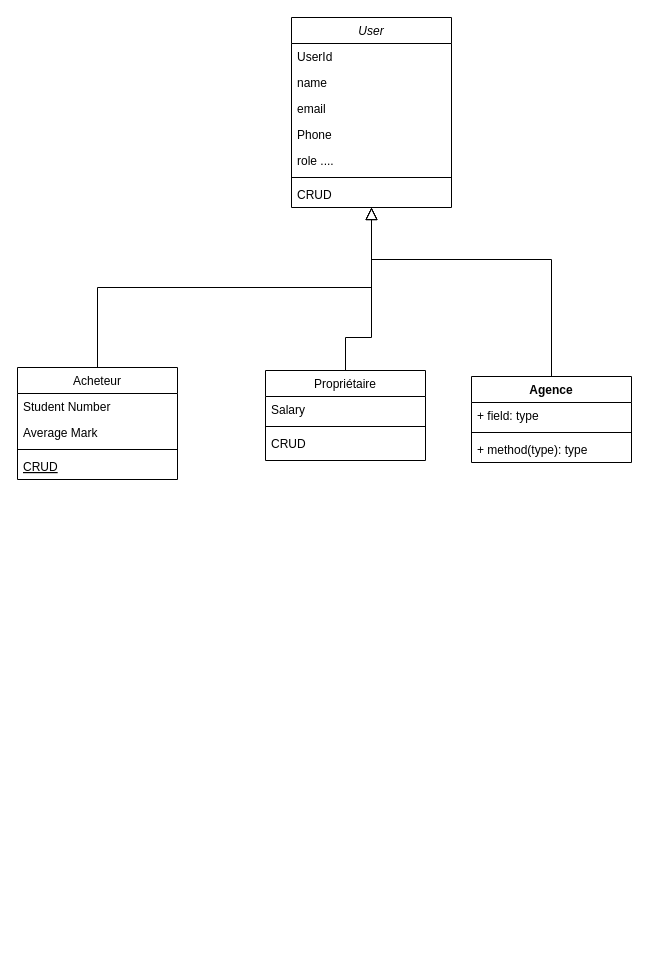
Above: Untitled Diagram.drawio in BilelDespecio/ToDoAppGoal (draw.io), before the change. Source tidied: cells renumbered, new cells numbered last; positions are measured from the earlier drawing's top-left corner, leaving out a move shared by most shapes. Both pictures are drawn from the tidied source at 100%, with x=0, y=0 at pixel (17, 17).
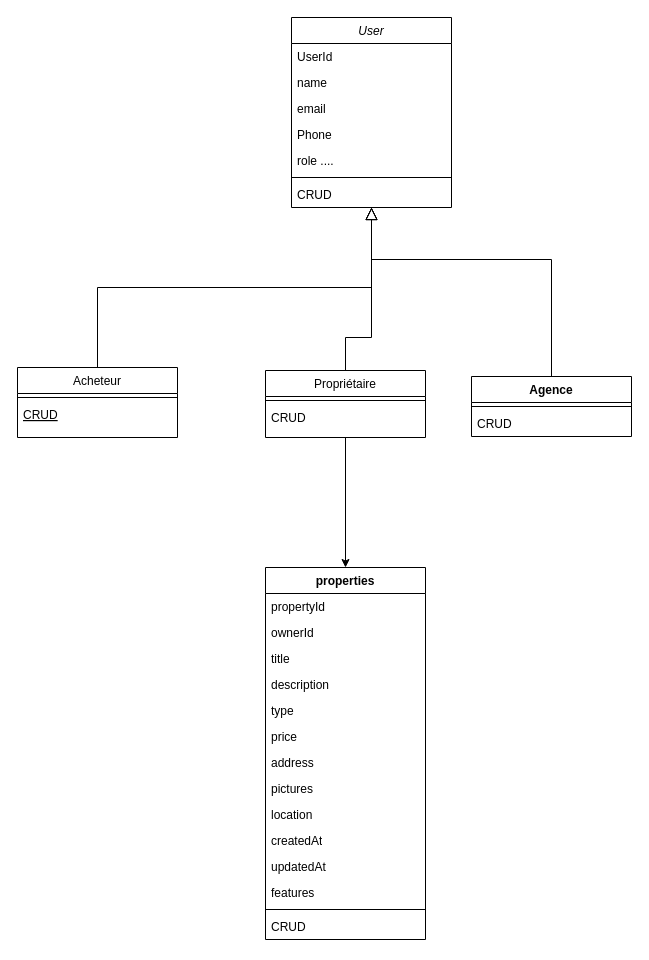
After the change.

The edit, as a diff of the source:
```diff
@@
     <mxCell id="10" value="Acheteur" style="swimlane;fontStyle=0;align=center;verticalAlign=top;horizontal=1;startSize=26;rounded=0;shadow=0;strokeWidth=1;fontColor=default;" parent="1" vertex="1">
-      <mxGeometry y="350" width="160" height="112" as="geometry" />
+      <mxGeometry y="350" width="160" height="70" as="geometry" />
     </mxCell>
-    <mxCell id="11" value="Student Number" style="text;align=left;verticalAlign=top;spacingLeft=4;spacingRight=4;overflow=hidden;" parent="10" vertex="1">
-      <mxGeometry y="26" width="160" height="26" as="geometry" />
-    </mxCell>
-    <mxCell id="12" value="Average Mark" style="text;align=left;verticalAlign=top;spacingLeft=4;spacingRight=4;overflow=hidden;rounded=0;shadow=0;html=0;" parent="10" vertex="1">
-      <mxGeometry y="52" width="160" height="26" as="geometry" />
-    </mxCell>
     <mxCell id="13" style="line;html=1;strokeWidth=1;align=left;verticalAlign=middle;spacingTop=-1;spacingLeft=3;spacingRight=3;labelPosition=right;" parent="10" vertex="1">
-      <mxGeometry y="78" width="160" height="8" as="geometry" />
+      <mxGeometry y="26" width="160" height="8" as="geometry" />
     </mxCell>
     <mxCell id="14" value="CRUD" style="text;align=left;verticalAlign=top;spacingLeft=4;spacingRight=4;overflow=hidden;fontStyle=4;" parent="10" vertex="1">
-      <mxGeometry y="86" width="160" height="26" as="geometry" />
+      <mxGeometry y="34" width="160" height="26" as="geometry" />
     </mxCell>
@@
+    <mxCell id="26" style="edgeStyle=orthogonalEdgeStyle;rounded=0;jettySize=auto;html=1;entryX=0.5;entryY=0;entryDx=0;entryDy=0;" parent="1" edge="1" source="16" target="27">
+      <mxGeometry relative="1" as="geometry" />
+    </mxCell>
     <mxCell id="16" value="Propriétaire" style="swimlane;fontStyle=0;align=center;verticalAlign=top;horizontal=1;startSize=26;rounded=0;shadow=0;strokeWidth=1;fontColor=default;" parent="1" vertex="1">
-      <mxGeometry x="248" y="353" width="160" height="90" as="geometry" />
+      <mxGeometry x="248" y="353" width="160" height="67" as="geometry" />
     </mxCell>
-    <mxCell id="17" value="Salary" style="text;align=left;verticalAlign=top;spacingLeft=4;spacingRight=4;overflow=hidden;" parent="16" vertex="1">
-      <mxGeometry y="26" width="160" height="26" as="geometry" />
-    </mxCell>
     <mxCell id="18" style="line;html=1;strokeWidth=1;align=left;verticalAlign=middle;spacingTop=-1;spacingLeft=3;spacingRight=3;labelPosition=right;" parent="16" vertex="1">
-      <mxGeometry y="52" width="160" height="8" as="geometry" />
+      <mxGeometry y="26" width="160" height="8" as="geometry" />
     </mxCell>
     <mxCell id="19" value="CRUD" style="text;align=left;verticalAlign=top;spacingLeft=4;spacingRight=4;overflow=hidden;" parent="16" vertex="1">
-      <mxGeometry y="60" width="160" height="26" as="geometry" />
+      <mxGeometry y="34" width="160" height="26" as="geometry" />
     </mxCell>
@@
     <mxCell id="21" value="Agence&lt;div&gt;&lt;br&gt;&lt;/div&gt;" style="swimlane;fontStyle=1;align=center;verticalAlign=top;horizontal=1;startSize=26;whiteSpace=wrap;html=1;" parent="1" vertex="1">
-      <mxGeometry x="454" y="359" width="160" height="86" as="geometry" />
+      <mxGeometry x="454" y="359" width="160" height="60" as="geometry" />
     </mxCell>
-    <mxCell id="22" value="+ field: type" style="text;strokeColor=none;fillColor=none;align=left;verticalAlign=top;spacingLeft=4;spacingRight=4;overflow=hidden;whiteSpace=wrap;html=1;" parent="21" vertex="1">
-      <mxGeometry y="26" width="160" height="26" as="geometry" />
-    </mxCell>
     <mxCell id="23" style="line;strokeWidth=1;fillColor=none;align=left;verticalAlign=middle;spacingTop=-1;spacingLeft=3;spacingRight=3;labelPosition=right;strokeColor=inherit;" parent="21" vertex="1">
-      <mxGeometry y="52" width="160" height="8" as="geometry" />
+      <mxGeometry y="26" width="160" height="8" as="geometry" />
     </mxCell>
-    <mxCell id="24" value="+ method(type): type" style="text;strokeColor=none;fillColor=none;align=left;verticalAlign=top;spacingLeft=4;spacingRight=4;overflow=hidden;whiteSpace=wrap;html=1;" parent="21" vertex="1">
-      <mxGeometry y="60" width="160" height="26" as="geometry" />
+    <mxCell id="24" value="CRUD&lt;div&gt;&lt;br&gt;&lt;/div&gt;" style="text;strokeColor=none;fillColor=none;align=left;verticalAlign=top;spacingLeft=4;spacingRight=4;overflow=hidden;whiteSpace=wrap;html=1;" parent="21" vertex="1">
+      <mxGeometry y="34" width="160" height="26" as="geometry" />
     </mxCell>
@@
+    <mxCell id="27" value="properties" style="swimlane;fontStyle=1;align=center;verticalAlign=top;horizontal=1;startSize=26;whiteSpace=wrap;html=1;" parent="1" vertex="1">
+      <mxGeometry x="248" y="550" width="160" height="372" as="geometry" />
+    </mxCell>
+    <mxCell id="28" value="propertyId" style="text;strokeColor=none;fillColor=none;align=left;verticalAlign=top;spacingLeft=4;spacingRight=4;overflow=hidden;whiteSpace=wrap;html=1;" parent="27" vertex="1">
+      <mxGeometry y="26" width="160" height="26" as="geometry" />
+    </mxCell>
+    <mxCell id="29" value="ownerId" style="text;strokeColor=none;fillColor=none;align=left;verticalAlign=top;spacingLeft=4;spacingRight=4;overflow=hidden;whiteSpace=wrap;html=1;" parent="27" vertex="1">
+      <mxGeometry y="52" width="160" height="26" as="geometry" />
+    </mxCell>
+    <mxCell id="30" value="title" style="text;strokeColor=none;fillColor=none;align=left;verticalAlign=top;spacingLeft=4;spacingRight=4;overflow=hidden;whiteSpace=wrap;html=1;" parent="27" vertex="1">
+      <mxGeometry y="78" width="160" height="26" as="geometry" />
+    </mxCell>
+    <mxCell id="31" value="description" style="text;strokeColor=none;fillColor=none;align=left;verticalAlign=top;spacingLeft=4;spacingRight=4;overflow=hidden;whiteSpace=wrap;html=1;" parent="27" vertex="1">
+      <mxGeometry y="104" width="160" height="26" as="geometry" />
+    </mxCell>
+    <mxCell id="32" value="type" style="text;strokeColor=none;fillColor=none;align=left;verticalAlign=top;spacingLeft=4;spacingRight=4;overflow=hidden;whiteSpace=wrap;html=1;" parent="27" vertex="1">
+      <mxGeometry y="130" width="160" height="26" as="geometry" />
+    </mxCell>
+    <mxCell id="33" value="price" style="text;strokeColor=none;fillColor=none;align=left;verticalAlign=top;spacingLeft=4;spacingRight=4;overflow=hidden;whiteSpace=wrap;html=1;" parent="27" vertex="1">
+      <mxGeometry y="156" width="160" height="26" as="geometry" />
+    </mxCell>
+    <mxCell id="34" value="address" style="text;strokeColor=none;fillColor=none;align=left;verticalAlign=top;spacingLeft=4;spacingRight=4;overflow=hidden;whiteSpace=wrap;html=1;" parent="27" vertex="1">
+      <mxGeometry y="182" width="160" height="26" as="geometry" />
+    </mxCell>
+    <mxCell id="35" value="pictures" style="text;strokeColor=none;fillColor=none;align=left;verticalAlign=top;spacingLeft=4;spacingRight=4;overflow=hidden;whiteSpace=wrap;html=1;" parent="27" vertex="1">
+      <mxGeometry y="208" width="160" height="26" as="geometry" />
+    </mxCell>
+    <mxCell id="36" value="location" style="text;strokeColor=none;fillColor=none;align=left;verticalAlign=top;spacingLeft=4;spacingRight=4;overflow=hidden;whiteSpace=wrap;html=1;" parent="27" vertex="1">
+      <mxGeometry y="234" width="160" height="26" as="geometry" />
+    </mxCell>
+    <mxCell id="37" value="createdAt" style="text;strokeColor=none;fillColor=none;align=left;verticalAlign=top;spacingLeft=4;spacingRight=4;overflow=hidden;whiteSpace=wrap;html=1;" parent="27" vertex="1">
+      <mxGeometry y="260" width="160" height="26" as="geometry" />
+    </mxCell>
+    <mxCell id="38" value="updatedAt" style="text;strokeColor=none;fillColor=none;align=left;verticalAlign=top;spacingLeft=4;spacingRight=4;overflow=hidden;whiteSpace=wrap;html=1;" parent="27" vertex="1">
+      <mxGeometry y="286" width="160" height="26" as="geometry" />
+    </mxCell>
+    <mxCell id="39" value="features" style="text;strokeColor=none;fillColor=none;align=left;verticalAlign=top;spacingLeft=4;spacingRight=4;overflow=hidden;whiteSpace=wrap;html=1;" parent="27" vertex="1">
+      <mxGeometry y="312" width="160" height="26" as="geometry" />
+    </mxCell>
+    <mxCell id="40" style="line;strokeWidth=1;fillColor=none;align=left;verticalAlign=middle;spacingTop=-1;spacingLeft=3;spacingRight=3;labelPosition=right;strokeColor=inherit;" parent="27" vertex="1">
+      <mxGeometry y="338" width="160" height="8" as="geometry" />
+    </mxCell>
+    <mxCell id="41" value="CRUD" style="text;strokeColor=none;fillColor=none;align=left;verticalAlign=top;spacingLeft=4;spacingRight=4;overflow=hidden;whiteSpace=wrap;html=1;" parent="27" vertex="1">
+      <mxGeometry y="346" width="160" height="26" as="geometry" />
+    </mxCell>
```
